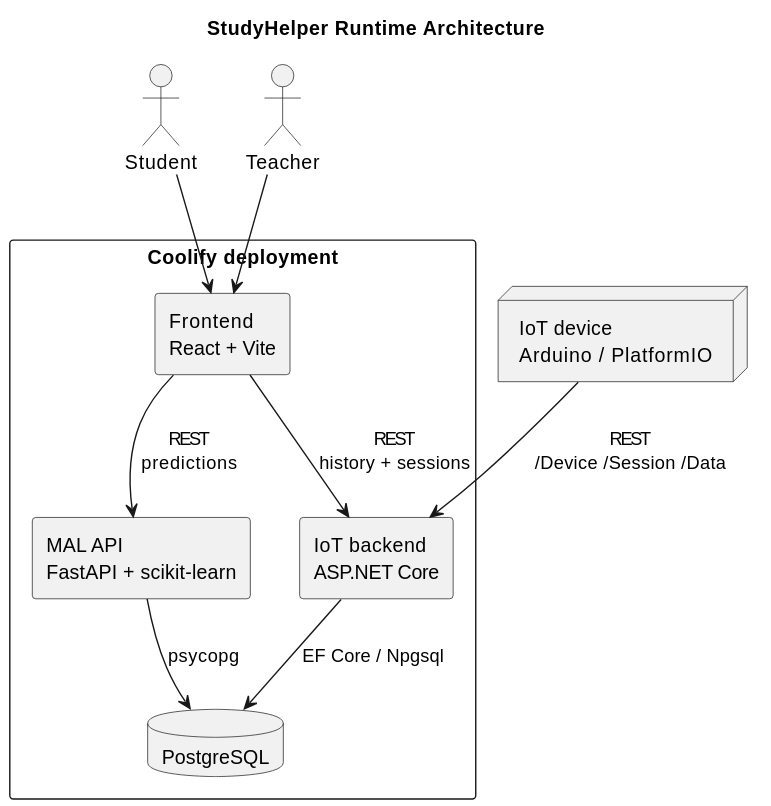
This is Documentation/HelpDiagrams/runtime-architecture.svg from SEP4Real/SEP4, a PlantUML export, as it was before one commit.
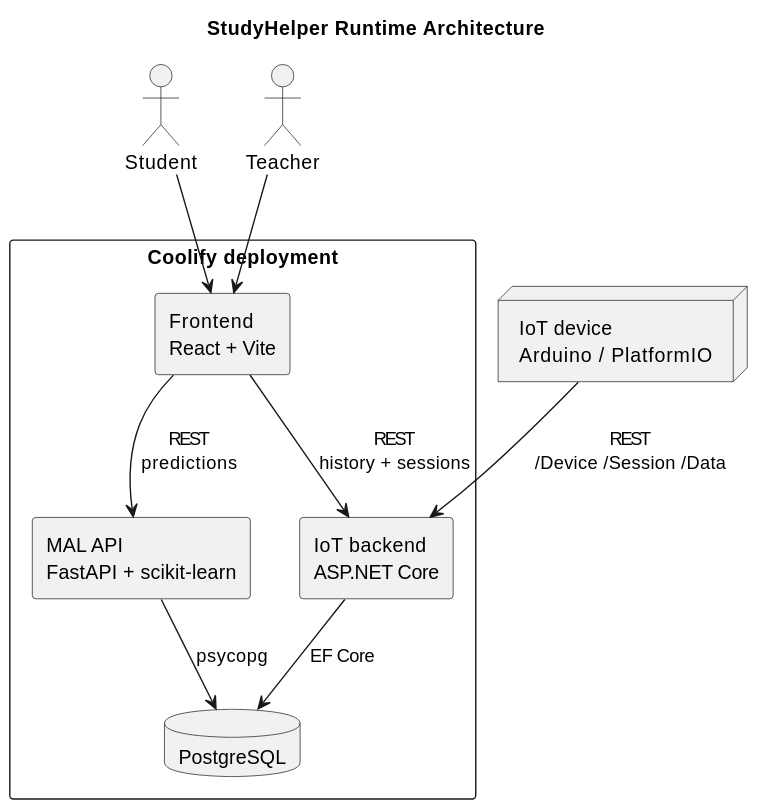
Above is the later version.

Commit message:
[Fix] Help Diagrams

Diff of the diagram source:
```diff
@@ -20,6 +20,6 @@
 Device --> IotApi : REST\n/Device /Session /Data
 Frontend --> IotApi : REST\nhistory + sessions
 Frontend --> MalApi : REST\npredictions
-IotApi --> Db : EF Core / Npgsql
+IotApi --> Db : EF Core
 MalApi --> Db : psycopg
 @enduml
```
